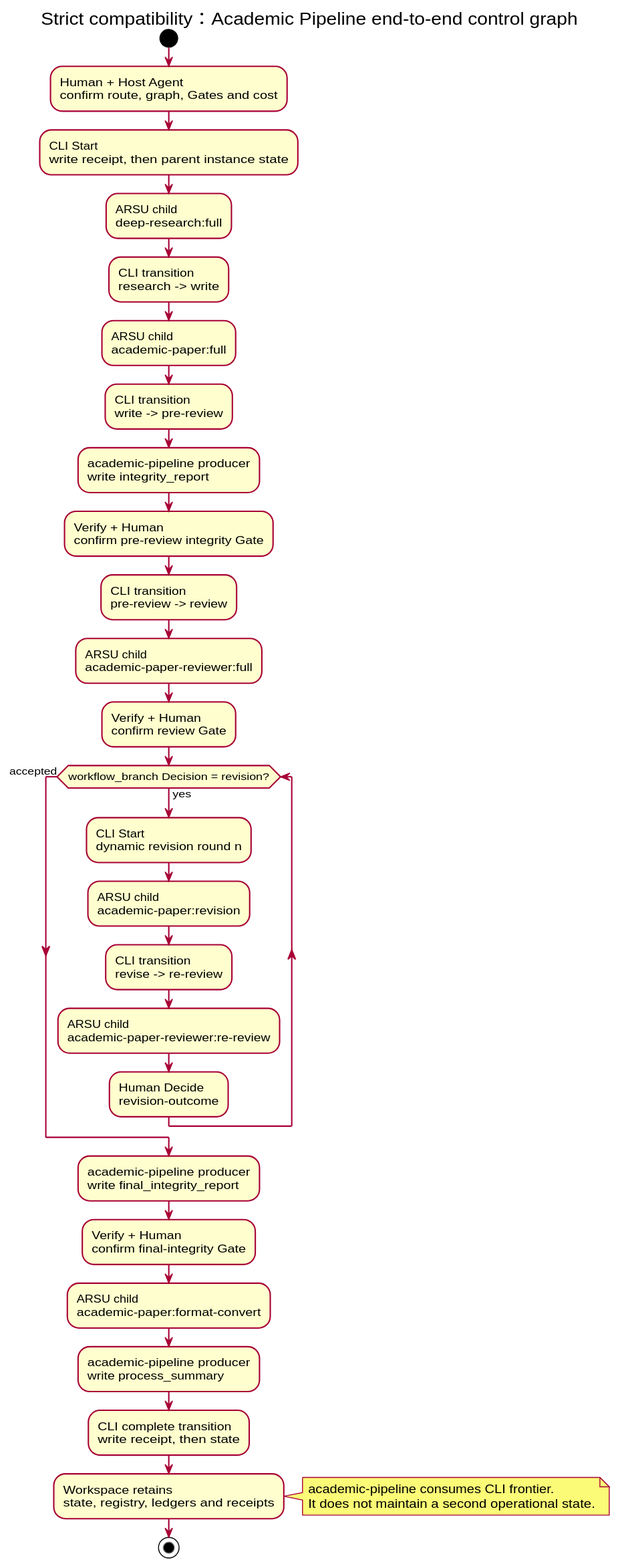
The PlantUML diagram docs/researchspec_arsu_runtime/diagrams/rendered/academic-pipeline-workflow.svg in leike0813/ResearchSpec, before a commit. Its source is kept beside it as docs/researchspec_arsu_runtime/diagrams/src/academic-pipeline-workflow.puml.
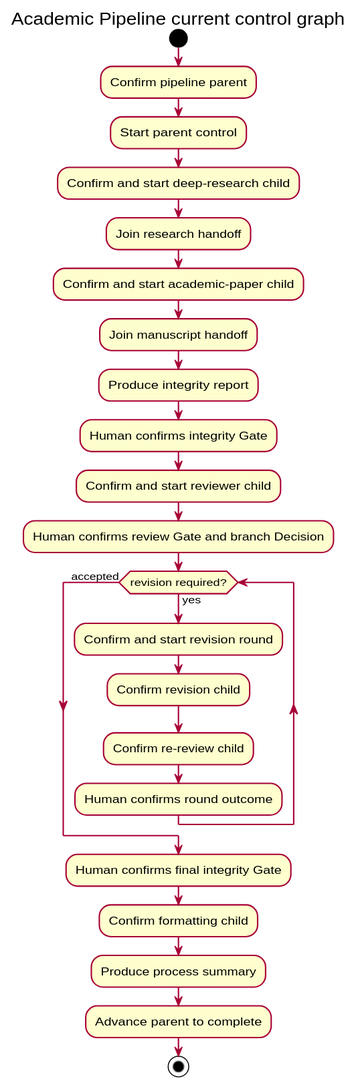
Above is the later version.

Diff of the diagram source:
```diff
@@ -1,34 +1,26 @@
 @startuml
-title Strict compatibility：Academic Pipeline end-to-end control graph
+title Academic Pipeline current control graph
 skinparam shadowing false
 start
-:Human + Host Agent\nconfirm route, graph, Gates and cost;
-:CLI Start\nwrite receipt, then parent instance state;
-:ARSU child\ndeep-research:full;
-:CLI transition\nresearch -> write;
-:ARSU child\nacademic-paper:full;
-:CLI transition\nwrite -> pre-review;
-:academic-pipeline producer\nwrite integrity_report;
-:Verify + Human\nconfirm pre-review integrity Gate;
-:CLI transition\npre-review -> review;
-:ARSU child\nacademic-paper-reviewer:full;
-:Verify + Human\nconfirm review Gate;
-while (workflow_branch Decision = revision?) is (yes)
-  :CLI Start\ndynamic revision round n;
-  :ARSU child\nacademic-paper:revision;
-  :CLI transition\nrevise -> re-review;
-  :ARSU child\nacademic-paper-reviewer:re-review;
-  :Human Decide\nrevision-outcome;
+:Confirm pipeline parent;
+:Start parent control;
+:Confirm and start deep-research child;
+:Join research handoff;
+:Confirm and start academic-paper child;
+:Join manuscript handoff;
+:Produce integrity report;
+:Human confirms integrity Gate;
+:Confirm and start reviewer child;
+:Human confirms review Gate and branch Decision;
+while (revision required?) is (yes)
+  :Confirm and start revision round;
+  :Confirm revision child;
+  :Confirm re-review child;
+  :Human confirms round outcome;
 endwhile (accepted)
-:academic-pipeline producer\nwrite final_integrity_report;
-:Verify + Human\nconfirm final-integrity Gate;
-:ARSU child\nacademic-paper:format-convert;
-:academic-pipeline producer\nwrite process_summary;
-:CLI complete transition\nwrite receipt, then state;
-:Workspace retains\nstate, registry, ledgers and receipts;
-note right
-  academic-pipeline consumes CLI frontier.
-  It does not maintain a second operational state.
-end note
+:Human confirms final integrity Gate;
+:Confirm formatting child;
+:Produce process summary;
+:Advance parent to complete;
 stop
 @enduml
```
